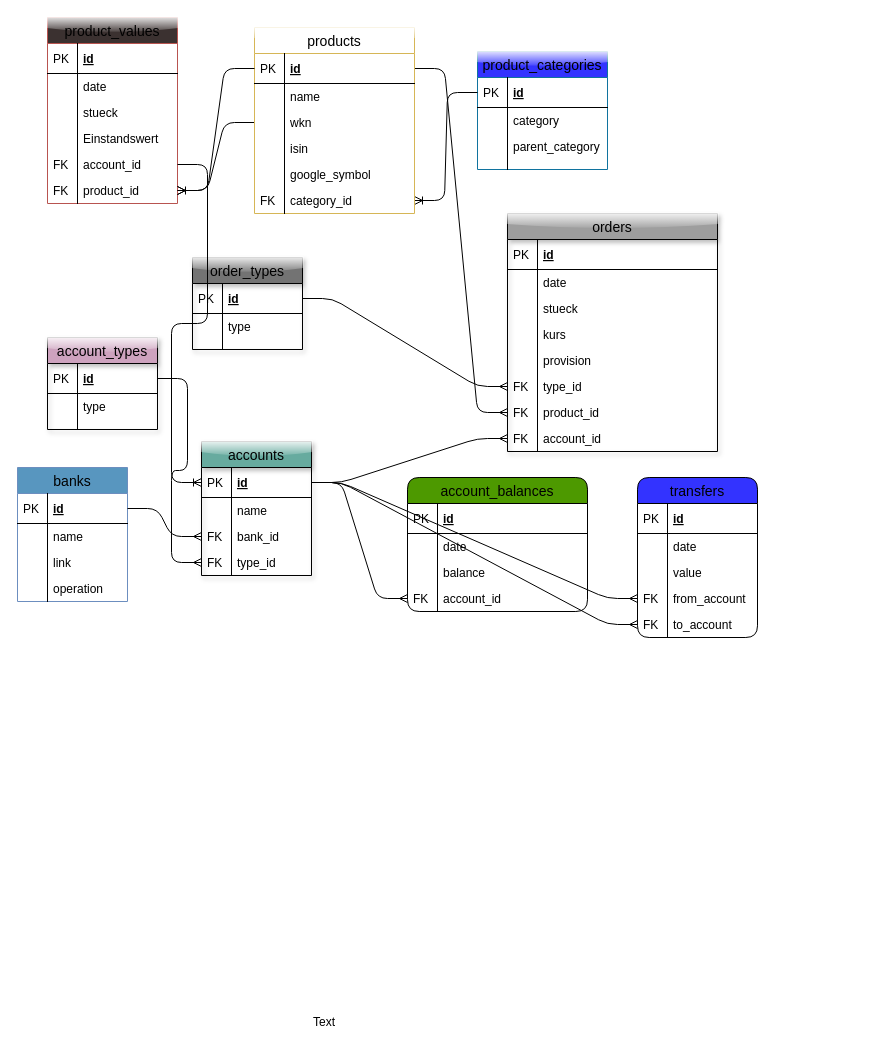
Before: database/investment/design/relationships.drawio in l07p/pi_server, a draw.io diagram. Source tidied: cells renumbered, new cells numbered last; positions are measured from the earlier drawing's top-left corner, leaving out a move shared by most shapes. Both pictures are drawn from the tidied source at 100%, with x=0, y=0 at pixel (17, 17).
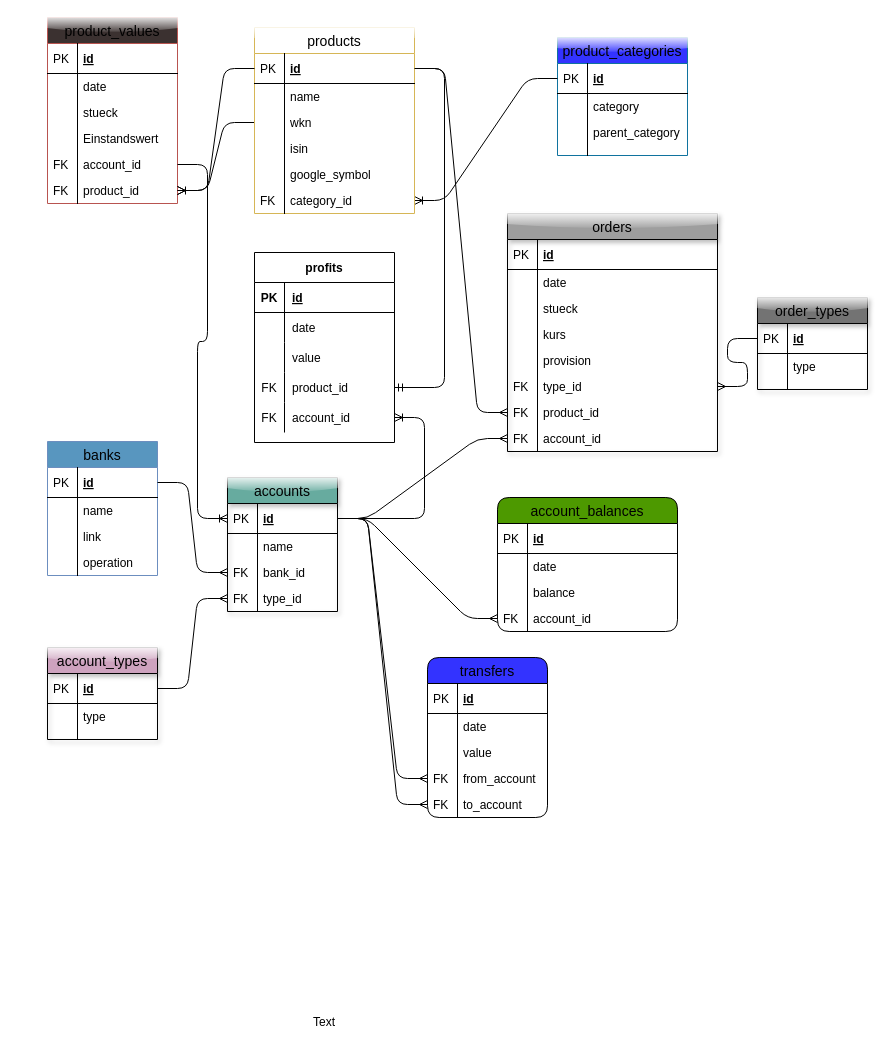
Above is the later version.

Unchanged cells that the change refers to:
```xml
<mxCell id="13" value="id" style="shape=partialRectangle;top=0;left=0;right=0;bottom=1;align=left;verticalAlign=middle;fillColor=none;spacingLeft=34;spacingRight=4;overflow=hidden;points=[[0,0.5],[1,0.5]];portConstraint=eastwest;fontStyle=5;fontSize=12;" parent="12" vertex="1">
  <mxGeometry y="26" width="110" height="30" as="geometry" />
</mxCell>
<mxCell id="75" value="id" style="shape=partialRectangle;top=0;left=0;right=0;bottom=1;align=left;verticalAlign=middle;fillColor=none;spacingLeft=34;spacingRight=4;overflow=hidden;points=[[0,0.5],[1,0.5]];portConstraint=eastwest;fontStyle=5;fontSize=12;" parent="74" vertex="1">
  <mxGeometry y="26" width="160" height="30" as="geometry" />
</mxCell>
```

Diff of the diagram source:
```diff
@@
     <mxCell id="2" value="product_categories" style="swimlane;fontStyle=0;horizontal=1;startSize=26;swimlaneFillColor=none;align=center;fontSize=14;strokeColor=#10739e;glass=1;fillColor=#3333FF;" parent="1" vertex="1">
-      <mxGeometry x="460" y="34" width="130" height="118" as="geometry" />
+      <mxGeometry x="540" y="20" width="130" height="118" as="geometry" />
     </mxCell>
@@
     <mxCell id="12" value="accounts" style="swimlane;fontStyle=0;horizontal=1;startSize=26;fillColor=#67AB9F;swimlaneFillColor=none;align=center;fontSize=14;rounded=0;shadow=1;glass=1;comic=0;" parent="1" vertex="1">
-      <mxGeometry x="184" y="424" width="110" height="134" as="geometry" />
+      <mxGeometry x="210" y="460" width="110" height="134" as="geometry" />
     </mxCell>
@@
     <mxCell id="21" value="account_types" style="swimlane;fontStyle=0;horizontal=1;startSize=26;fillColor=#CDA2BE;swimlaneFillColor=none;align=center;fontSize=14;rounded=0;shadow=1;glass=1;comic=0;" parent="1" vertex="1">
-      <mxGeometry x="30" y="320" width="110" height="92" as="geometry" />
+      <mxGeometry x="30" y="630" width="110" height="92" as="geometry" />
     </mxCell>
@@
     <mxCell id="28" value="order_types" style="swimlane;fontStyle=0;horizontal=1;startSize=26;swimlaneFillColor=none;align=center;fontSize=14;rounded=0;shadow=1;glass=1;comic=0;fillColor=#737373;" parent="1" vertex="1">
-      <mxGeometry x="175" y="240" width="110" height="92" as="geometry" />
+      <mxGeometry x="740" y="280" width="110" height="92" as="geometry" />
     </mxCell>
@@
     <mxCell id="53" value="banks" style="swimlane;fontStyle=0;horizontal=1;startSize=26;fillColor=#5896BF;swimlaneFillColor=none;align=center;fontSize=14;strokeColor=#6c8ebf;" parent="1" vertex="1">
-      <mxGeometry y="450" width="110" height="134" as="geometry" />
+      <mxGeometry x="30" y="424" width="110" height="134" as="geometry" />
     </mxCell>
@@
     <mxCell id="63" value="transfers" style="swimlane;fontStyle=0;horizontal=1;startSize=26;fillColor=#3333FF;swimlaneFillColor=none;align=center;fontSize=14;rounded=1;" parent="1" vertex="1">
-      <mxGeometry x="620" y="460" width="120" height="160" as="geometry" />
+      <mxGeometry x="410" y="640" width="120" height="160" as="geometry" />
     </mxCell>
@@
     <mxCell id="90" value="account_balances" style="swimlane;fontStyle=0;horizontal=1;startSize=26;fillColor=#4D9900;swimlaneFillColor=none;align=center;fontSize=14;rounded=1;" parent="1" vertex="1">
-      <mxGeometry x="390" y="460" width="180" height="134" as="geometry" />
+      <mxGeometry x="480" y="480" width="180" height="134" as="geometry" />
     </mxCell>
@@
+    <mxCell id="119" value="profits" style="shape=table;startSize=30;childLayout=tableLayout;rowLines=0;fontStyle=1;align=center;" parent="1" vertex="1">
+      <mxGeometry x="237" y="235" width="140" height="190" as="geometry" />
+    </mxCell>
+    <mxCell id="120" style="shape=partialRectangle;fillColor=none;top=0;left=0;bottom=1;right=0;" parent="119" vertex="1">
+      <mxGeometry y="30" width="140" height="30" as="geometry" />
+    </mxCell>
+    <mxCell id="121" value="PK" style="shape=partialRectangle;fillColor=none;top=0;left=0;bottom=0;right=0;fontStyle=1;overflow=hidden;" parent="120" vertex="1">
+      <mxGeometry width="30" height="30" as="geometry" />
+    </mxCell>
+    <mxCell id="122" value="id" style="shape=partialRectangle;fillColor=none;top=0;left=0;bottom=0;right=0;align=left;spacingLeft=6;fontStyle=5;overflow=hidden;" parent="120" vertex="1">
+      <mxGeometry x="30" width="110" height="30" as="geometry" />
+    </mxCell>
+    <mxCell id="123" style="shape=partialRectangle;fillColor=none;top=0;left=0;bottom=0;right=0;" parent="119" vertex="1">
+      <mxGeometry y="60" width="140" height="30" as="geometry" />
+    </mxCell>
+    <mxCell id="124" style="shape=partialRectangle;fillColor=none;top=0;left=0;bottom=0;right=0;overflow=hidden;" parent="123" vertex="1">
+      <mxGeometry width="30" height="30" as="geometry" />
+    </mxCell>
+    <mxCell id="125" value="date" style="shape=partialRectangle;fillColor=none;top=0;left=0;bottom=0;right=0;align=left;spacingLeft=6;overflow=hidden;" parent="123" vertex="1">
+      <mxGeometry x="30" width="110" height="30" as="geometry" />
+    </mxCell>
+    <mxCell id="126" style="shape=partialRectangle;fillColor=none;top=0;left=0;bottom=0;right=0;" parent="119" vertex="1">
+      <mxGeometry y="90" width="140" height="30" as="geometry" />
+    </mxCell>
+    <mxCell id="127" style="shape=partialRectangle;fillColor=none;top=0;left=0;bottom=0;right=0;overflow=hidden;" parent="126" vertex="1">
+      <mxGeometry width="30" height="30" as="geometry" />
+    </mxCell>
+    <mxCell id="128" value="value" style="shape=partialRectangle;fillColor=none;top=0;left=0;bottom=0;right=0;align=left;spacingLeft=6;overflow=hidden;" parent="126" vertex="1">
+      <mxGeometry x="30" width="110" height="30" as="geometry" />
+    </mxCell>
+    <mxCell id="129" style="shape=partialRectangle;fillColor=none;top=0;left=0;bottom=0;right=0;points=[[0,0.5],[1,0.5]];portConstraint=eastwest;" parent="119" vertex="1">
+      <mxGeometry y="120" width="140" height="30" as="geometry" />
+    </mxCell>
+    <mxCell id="130" value="FK" style="shape=partialRectangle;fillColor=none;top=0;left=0;bottom=0;right=0;overflow=hidden;" parent="129" vertex="1">
+      <mxGeometry width="30" height="30" as="geometry" />
+    </mxCell>
+    <mxCell id="131" value="product_id" style="shape=partialRectangle;fillColor=none;top=0;left=0;bottom=0;right=0;align=left;spacingLeft=6;overflow=hidden;" parent="129" vertex="1">
+      <mxGeometry x="30" width="110" height="30" as="geometry" />
+    </mxCell>
+    <mxCell id="132" style="shape=partialRectangle;fillColor=none;top=0;left=0;bottom=0;right=0;points=[[0,0.5],[1,0.5]];portConstraint=eastwest;" parent="119" vertex="1">
+      <mxGeometry y="150" width="140" height="30" as="geometry" />
+    </mxCell>
+    <mxCell id="133" value="FK" style="shape=partialRectangle;fillColor=none;top=0;left=0;bottom=0;right=0;overflow=hidden;" parent="132" vertex="1">
+      <mxGeometry width="30" height="30" as="geometry" />
+    </mxCell>
+    <mxCell id="134" value="account_id" style="shape=partialRectangle;fillColor=none;top=0;left=0;bottom=0;right=0;align=left;spacingLeft=6;overflow=hidden;" parent="132" vertex="1">
+      <mxGeometry x="30" width="110" height="30" as="geometry" />
+    </mxCell>
+    <mxCell id="135" style="edgeStyle=entityRelationEdgeStyle;fontSize=12;html=1;endArrow=ERmandOne;" parent="1" edge="1" source="75" target="129">
+      <mxGeometry relative="1" as="geometry" />
+    </mxCell>
+    <mxCell id="136" style="edgeStyle=entityRelationEdgeStyle;fontSize=12;html=1;endArrow=ERoneToMany;" parent="1" edge="1" source="13" target="132">
+      <mxGeometry relative="1" as="geometry" />
+    </mxCell>
```
